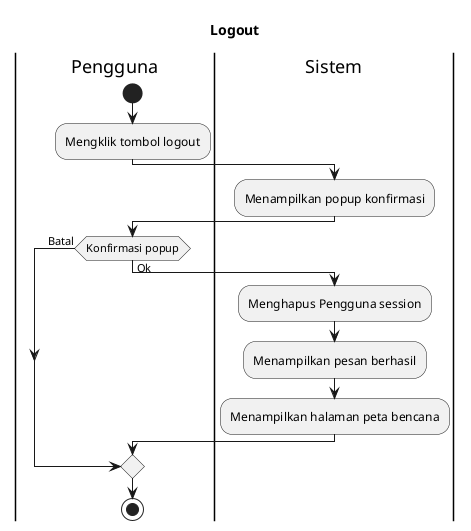
bagusNA/appl-diagrams keeps this PlantUML diagram as export/Activity Diagrams/UC-AUTH - Autentikasi/UC-AUTH-003 - Logout.png. Above is the earlier version.
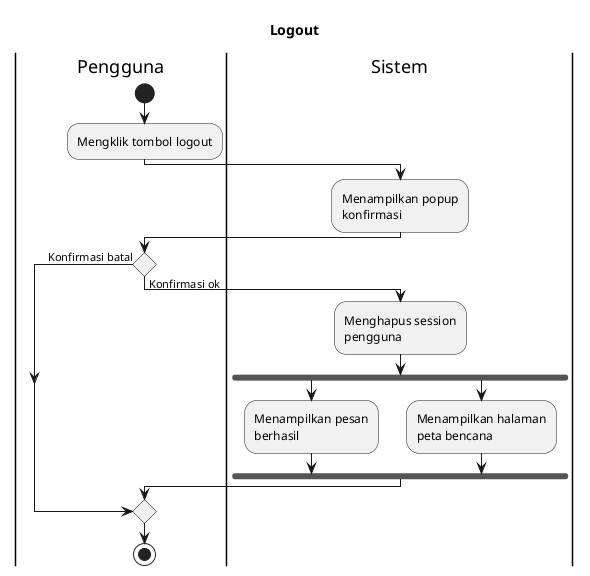
After the change.

What changed in the source:
```diff
@@ -1,5 +1,5 @@
 @startuml
-!pragma useVerticalIf on
+skinparam wrapWidth 140
 
 title Logout
 
@@ -11,12 +11,16 @@
 :Menampilkan popup konfirmasi;
 
 |Pengguna|
-if (Konfirmasi popup) then (Ok)
+if () then (Konfirmasi ok)
   |Sistem|
-  :Menghapus Pengguna session;
-  :Menampilkan pesan berhasil;
-  :Menampilkan halaman peta bencana;
-else (Batal)
+  :Menghapus session pengguna;
+
+  fork
+    :Menampilkan pesan berhasil;
+  fork again
+    :Menampilkan halaman peta bencana;
+  endfork
+else (Konfirmasi batal)
 endif
 
 |Pengguna|
```
